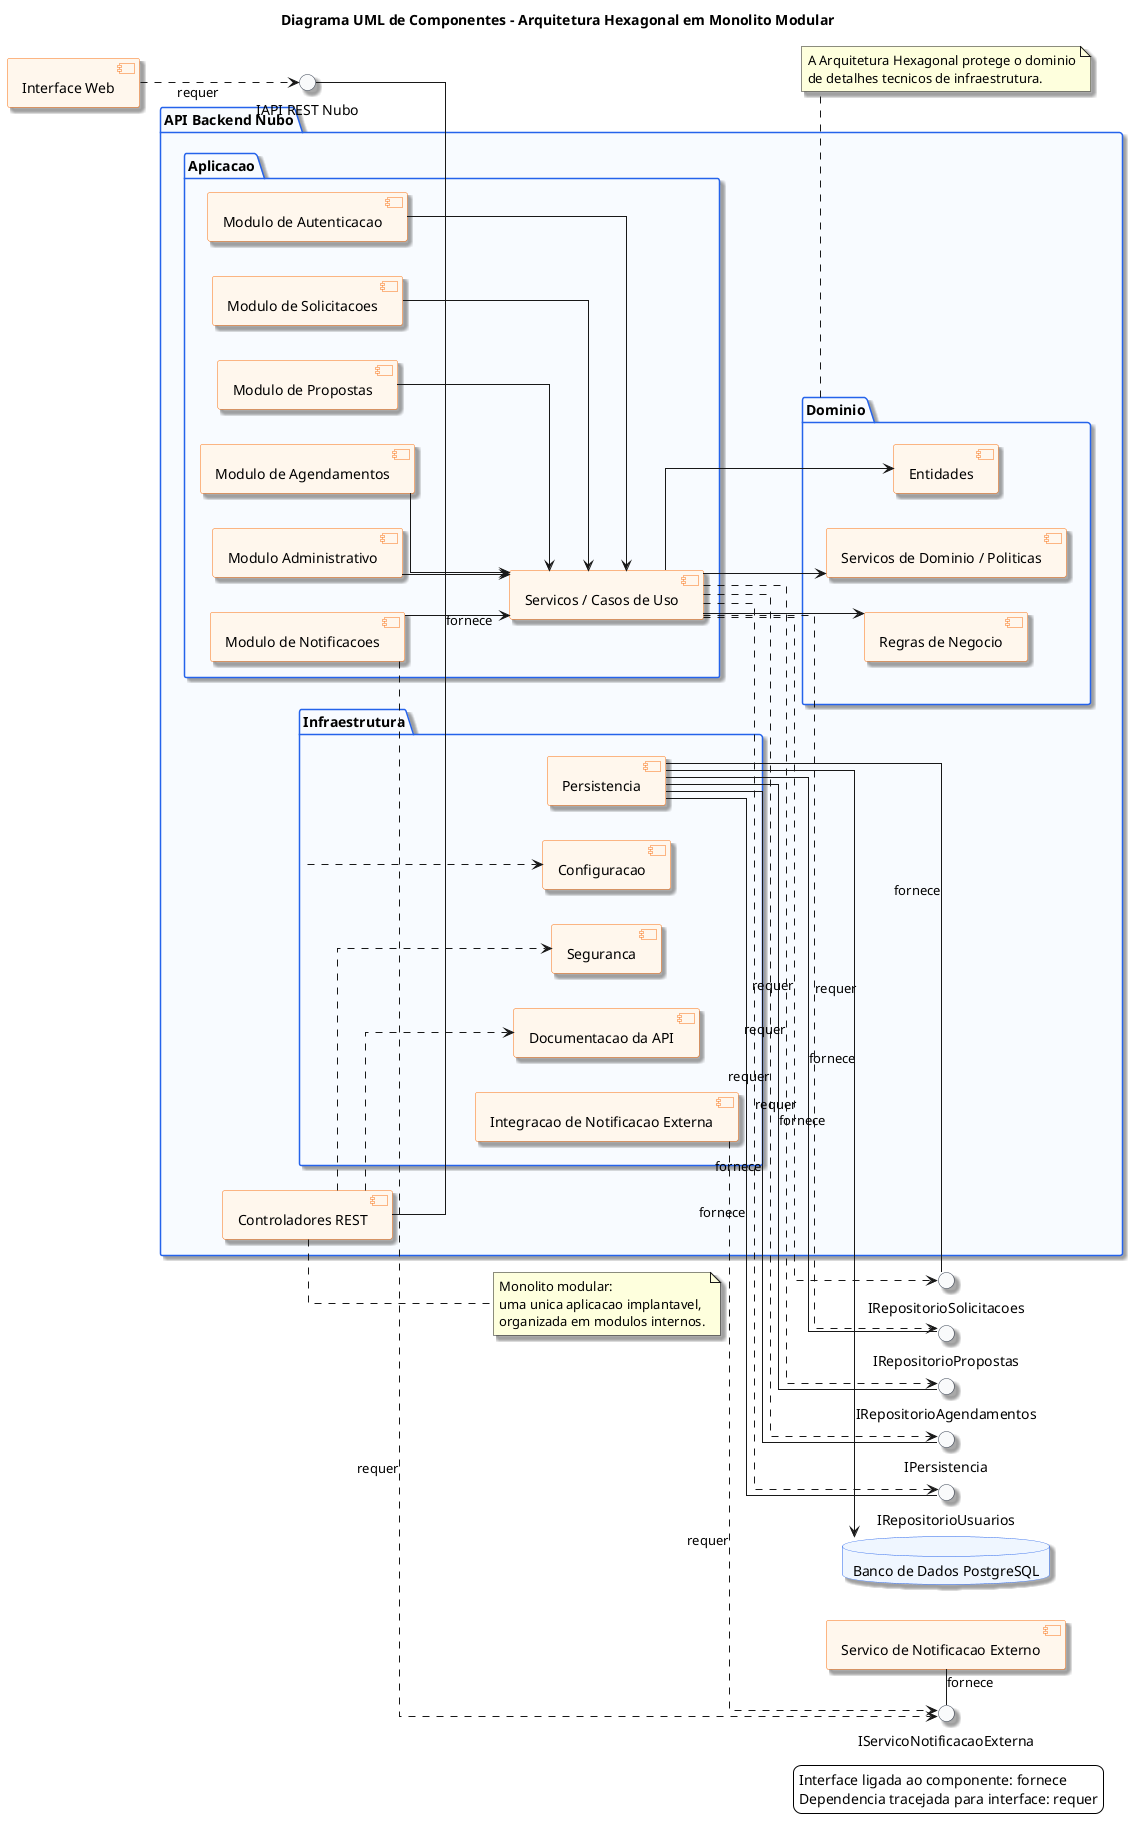
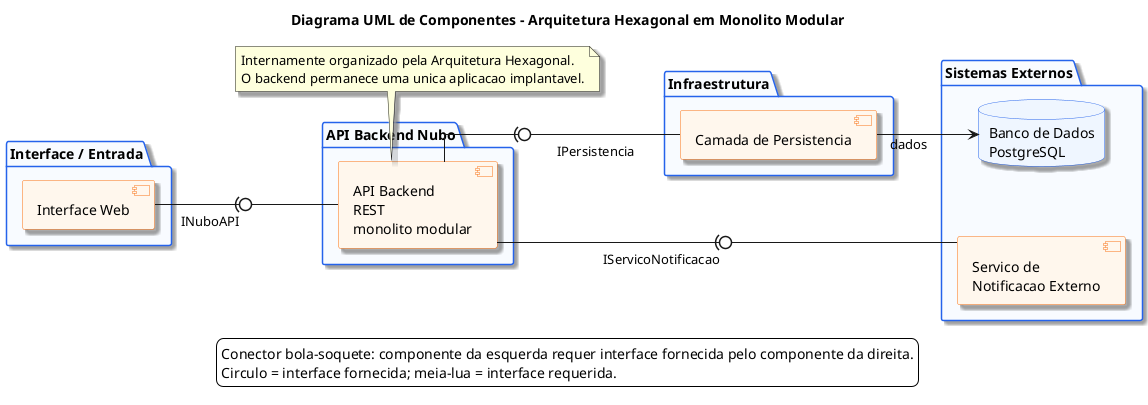
@startuml
' Fonte do projeto: README.md; docs/documentacao-projeto.md
- ' Fonte conceitual: material da disciplina e sintaxe PlantUML local
+ ' Fonte conceitual: tools/Projeto PlantUML API/plantuml_code/component_diagram.puml
title Diagrama UML de Componentes - Arquitetura Hexagonal em Monolito Modular
left to right direction
skinparam backgroundColor #FFFFFF
skinparam componentStyle uml2
skinparam linetype ortho
+ skinparam nodesep 70
+ skinparam ranksep 80
skinparam shadowing true
skinparam defaultFontName Arial
skinparam package {
  BorderColor #2563EB
  BackgroundColor #F8FBFF
}
skinparam component {
  BorderColor #F97316
  BackgroundColor #FFF7ED
}
- skinparam interface {
-   BorderColor #374151
-   BackgroundColor #F9FAFB
- }
skinparam database {
  BorderColor #2563EB
  BackgroundColor #EFF6FF
}

- component "Interface Web" as web
- 
- interface "IAPI REST Nubo" as iApi
- interface "IPersistencia" as iPersistencia
- interface "IRepositorioUsuarios" as iRepoUsuarios
- interface "IRepositorioSolicitacoes" as iRepoSolicitacoes
- interface "IRepositorioPropostas" as iRepoPropostas
- interface "IRepositorioAgendamentos" as iRepoAgendamentos
- interface "IServicoNotificacaoExterna" as iServicoNotificacao
- 
- package "API Backend Nubo" as backend {
-   component "Controladores REST" as api
- 
-   package "Aplicacao" as aplicacao {
-     component "Modulo de Autenticacao" as autenticacao
-     component "Modulo de Solicitacoes" as solicitacoes
-     component "Modulo de Propostas" as propostas
-     component "Modulo de Agendamentos" as agendamentos
-     component "Modulo de Notificacoes" as notificacoes
-     component "Modulo Administrativo" as admin
-     component "Servicos / Casos de Uso" as casosUso
-   }
- 
-   package "Dominio" as dominio {
-     component "Entidades" as entidades
-     component "Regras de Negocio" as regras
-     component "Servicos de Dominio / Politicas" as politicas
-   }
- 
-   package "Infraestrutura" as infraestrutura {
-     component "Persistencia" as persistencia
-     component "Seguranca" as seguranca
-     component "Configuracao" as configuracao
-     component "Documentacao da API" as docsApi
-     component "Integracao de Notificacao Externa" as integracaoNotificacao
-   }
+ package "Interface / Entrada" {
+   component "Interface Web" as web
}

- database "Banco de Dados PostgreSQL" as db
- component "Servico de Notificacao Externo" as servicoNotificacao
+ package "API Backend Nubo" {
+   component "API Backend\nREST\nmonolito modular" as backend
+ }

- api - iApi : fornece
- web ..> iApi : requer
+ package "Infraestrutura" {
+   component "Camada de Persistencia" as persistencia
+ }

- autenticacao --> casosUso
- solicitacoes --> casosUso
- propostas --> casosUso
- agendamentos --> casosUso
- notificacoes --> casosUso
- admin --> casosUso
+ package "Sistemas Externos" {
+   database "Banco de Dados\nPostgreSQL" as db
+   component "Servico de\nNotificacao Externo" as notificacaoExterna
+ }

- casosUso --> entidades
- casosUso --> regras
- casosUso --> politicas
+ web -(0- backend : INuboAPI
+ backend -(0- persistencia : IPersistencia
+ backend -(0- notificacaoExterna : IServicoNotificacao
+ persistencia --> db : dados

- persistencia - iPersistencia : fornece
- persistencia - iRepoUsuarios : fornece
- persistencia - iRepoSolicitacoes : fornece
- persistencia - iRepoPropostas : fornece
- persistencia - iRepoAgendamentos : fornece
- 
- casosUso ..> iPersistencia : requer
- casosUso ..> iRepoUsuarios : requer
- casosUso ..> iRepoSolicitacoes : requer
- casosUso ..> iRepoPropostas : requer
- casosUso ..> iRepoAgendamentos : requer
- 
- servicoNotificacao - iServicoNotificacao : fornece
- integracaoNotificacao ..> iServicoNotificacao : requer
- notificacoes ..> iServicoNotificacao : requer
- 
- persistencia --> db
- api ..> seguranca
- api ..> docsApi
- infraestrutura ..> configuracao
- 
- note right of api
-   Monolito modular:
-   uma unica aplicacao implantavel,
-   organizada em modulos internos.
+ note bottom of backend
+   Internamente organizado pela Arquitetura Hexagonal.
+   O backend permanece uma unica aplicacao implantavel.
end note

- note bottom of dominio
-   A Arquitetura Hexagonal protege o dominio
-   de detalhes tecnicos de infraestrutura.
- end note
- 
- legend right
-   Interface ligada ao componente: fornece
-   Dependencia tracejada para interface: requer
+ legend bottom
+   Conector bola-soquete: componente da esquerda requer interface fornecida pelo componente da direita.
+   Circulo = interface fornecida; meia-lua = interface requerida.
endlegend
@enduml
